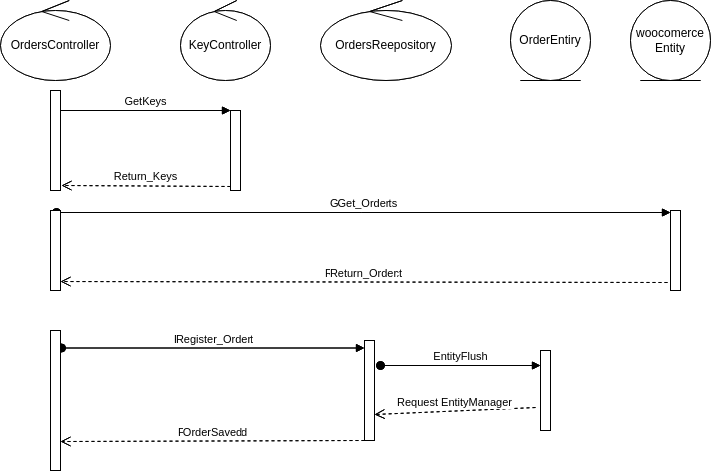
Above: diagramas/ObtenerOrdersSecuence.png in devcubamodela/gestion.cubamodela (draw.io), before the change. Source tidied: cells renumbered, new cells last; positions are measured from the earlier drawing's top-left corner, leaving out a move shared by most shapes.
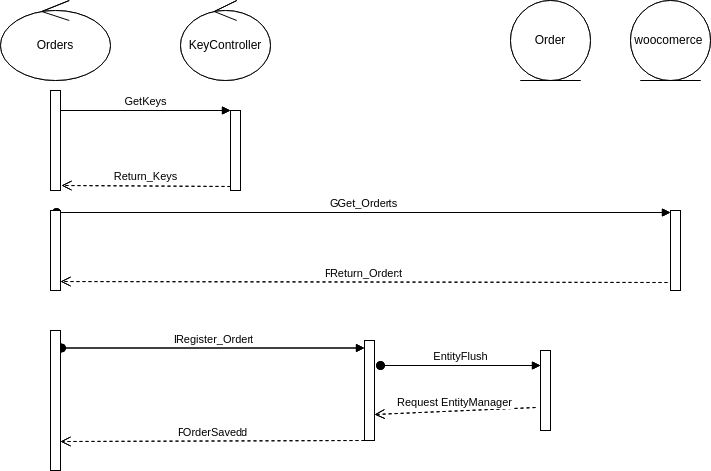
Later version of the same file.

What changed in the source:
```diff
@@ -35,9 +35,6 @@
     <mxCell id="12" value="Return_Product" style="html=1;verticalAlign=bottom;endArrow=open;dashed=1;endSize=8;exitX=-0.3;exitY=0.9;exitDx=0;exitDy=0;exitPerimeter=0;entryX=1;entryY=0.888;entryDx=0;entryDy=0;entryPerimeter=0;" parent="1" edge="1" source="9" target="11">
       <mxGeometry relative="1" as="geometry" />
     </mxCell>
-    <mxCell id="13" value="ProductsReepository" style="ellipse;shape=umlControl;whiteSpace=wrap;html=1;" parent="1" vertex="1">
-      <mxGeometry x="320" width="131" height="80" as="geometry" />
-    </mxCell>
     <mxCell id="14" value="ProductEntiry" style="ellipse;shape=umlEntity;whiteSpace=wrap;html=1;" parent="1" vertex="1">
       <mxGeometry x="510" width="80" height="80" as="geometry" />
     </mxCell>
@@ -62,10 +59,10 @@
     <mxCell id="21" value="ProductSaved" style="html=1;verticalAlign=bottom;endArrow=open;dashed=1;endSize=8;entryX=1;entryY=0.793;entryDx=0;entryDy=0;entryPerimeter=0;" parent="1" edge="1" source="15" target="17">
       <mxGeometry relative="1" as="geometry" />
     </mxCell>
-    <mxCell id="22" value="OrdersController" style="ellipse;shape=umlControl;whiteSpace=wrap;html=1;" parent="1" vertex="1">
+    <mxCell id="22" value="Orders" style="ellipse;shape=umlControl;whiteSpace=wrap;html=1;" parent="1" vertex="1">
       <mxGeometry width="110" height="80" as="geometry" />
     </mxCell>
-    <mxCell id="23" value="woocomerce Entity" style="ellipse;shape=umlEntity;whiteSpace=wrap;html=1;" parent="1" vertex="1">
+    <mxCell id="23" value="woocomerce&amp;nbsp;" style="ellipse;shape=umlEntity;whiteSpace=wrap;html=1;" parent="1" vertex="1">
       <mxGeometry x="630" width="80" height="80" as="geometry" />
     </mxCell>
     <mxCell id="24" value="KeyController" style="ellipse;shape=umlControl;whiteSpace=wrap;html=1;" parent="1" vertex="1">
@@ -95,10 +92,7 @@
     <mxCell id="32" value="Return_Order" style="html=1;verticalAlign=bottom;endArrow=open;dashed=1;endSize=8;exitX=-0.3;exitY=0.9;exitDx=0;exitDy=0;exitPerimeter=0;entryX=1;entryY=0.888;entryDx=0;entryDy=0;entryPerimeter=0;" parent="1" edge="1" source="29" target="31">
       <mxGeometry relative="1" as="geometry" />
     </mxCell>
-    <mxCell id="33" value="OrdersReepository" style="ellipse;shape=umlControl;whiteSpace=wrap;html=1;" parent="1" vertex="1">
-      <mxGeometry x="320" width="131" height="80" as="geometry" />
-    </mxCell>
-    <mxCell id="34" value="OrderEntiry" style="ellipse;shape=umlEntity;whiteSpace=wrap;html=1;" parent="1" vertex="1">
+    <mxCell id="34" value="Order" style="ellipse;shape=umlEntity;whiteSpace=wrap;html=1;" parent="1" vertex="1">
       <mxGeometry x="510" width="80" height="80" as="geometry" />
     </mxCell>
     <mxCell id="35" style="html=1;points=[];perimeter=orthogonalPerimeter;" parent="1" vertex="1">
```
